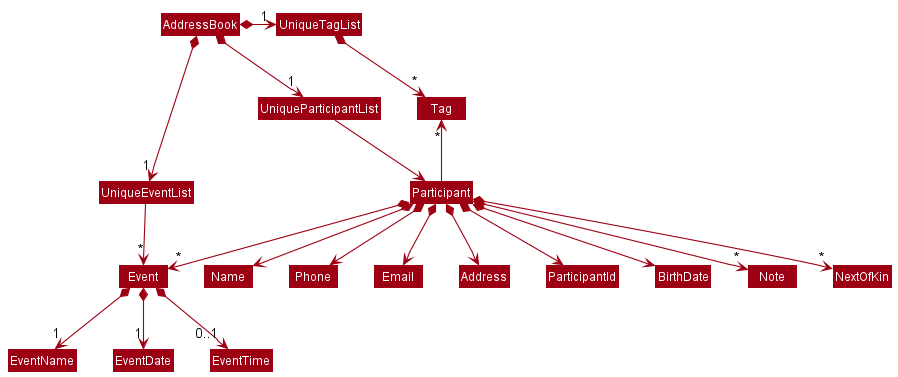
Before: docs/images/BetterModelClassDiagram.png, a diagram exported from PlantUML (nus-cs2103-AY2122S1/tp).
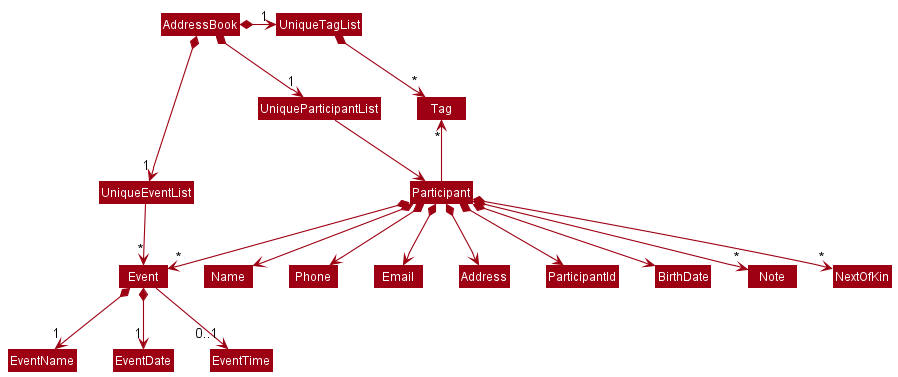
The same diagram one commit later.

Change to the diagram source:
```diff
@@ -27,5 +27,5 @@
 Participant *--> "*" Event
 Event *--> "1" EventName
 Event *--> "1" EventDate
-Event *--> "0..1" EventTime
+Event --> "0..1" EventTime
 @enduml
```
